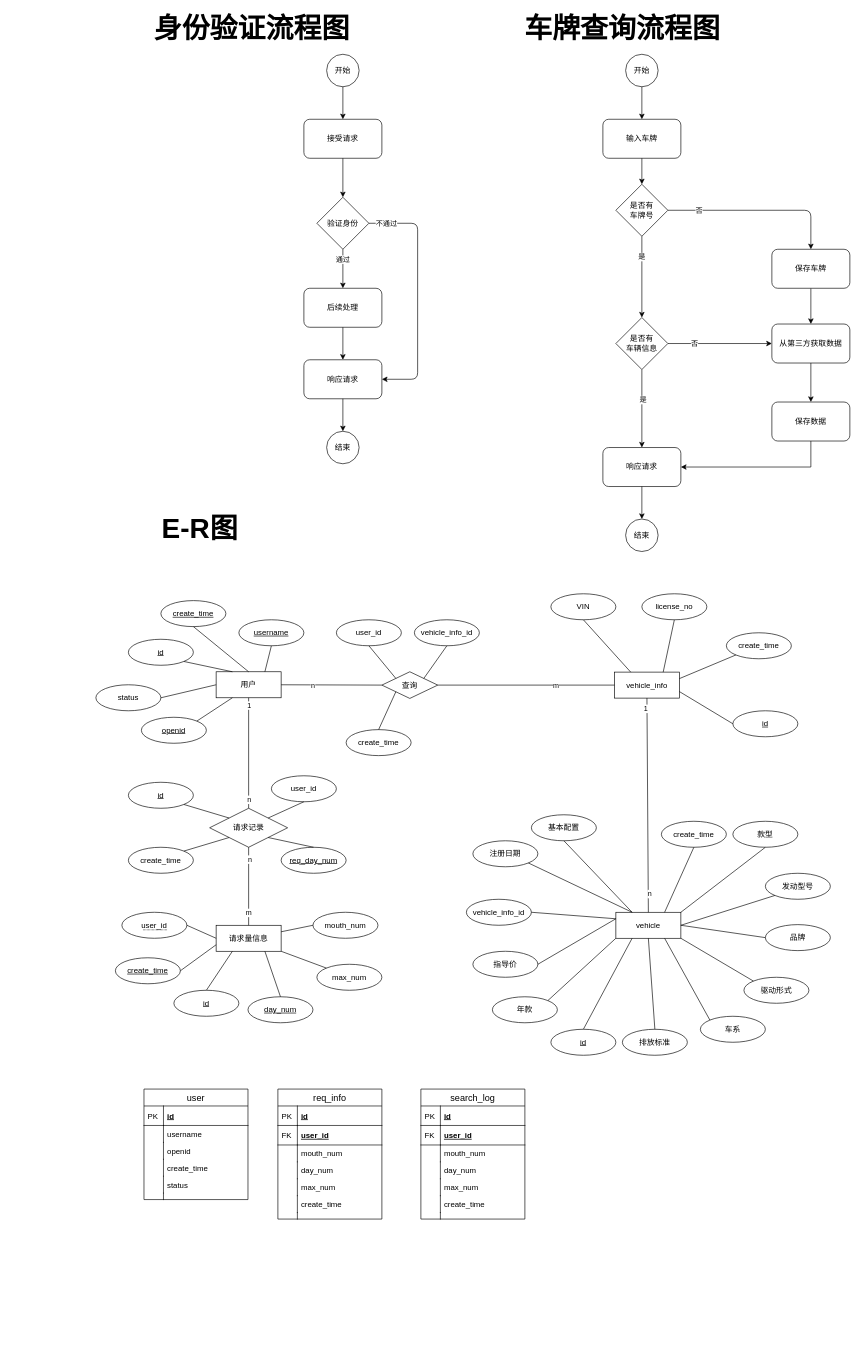
The draw.io diagram apiproject.drawio in xlgp/static, before the edit. Source tidied: cells renumbered, new cells numbered last; positions are measured from the earlier drawing's top-left corner, leaving out a move shared by most shapes. Both pictures are drawn from the tidied source at 65%, with x=0, y=0 at pixel (96, 21).
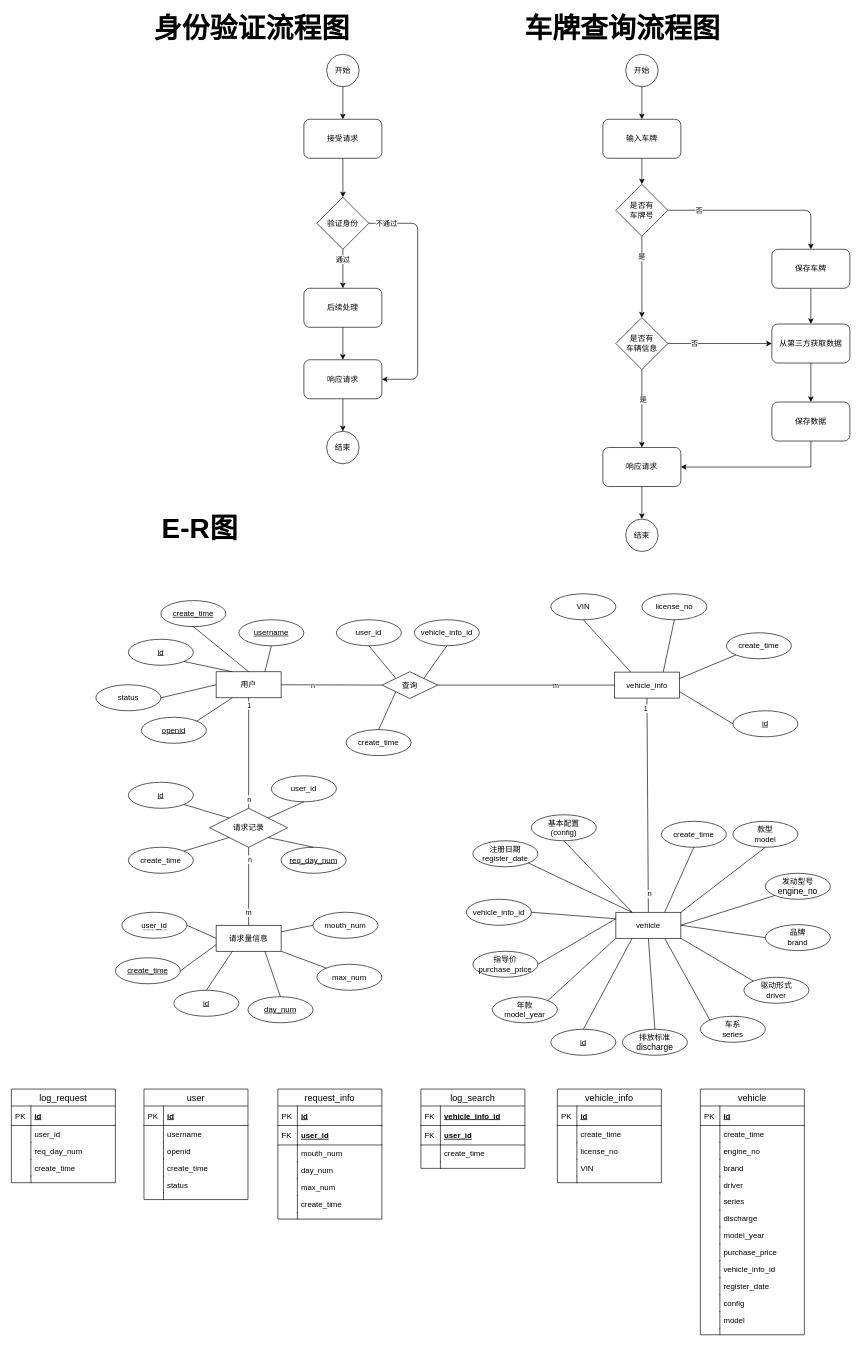
The same diagram, later.

The edit, as a diff of the source:
```diff
@@
-    <mxCell id="24" value="基本配置" style="ellipse;whiteSpace=wrap;html=1;align=center;" parent="1" vertex="1">
+    <mxCell id="24" value="基本配置&lt;br&gt;(config)" style="ellipse;whiteSpace=wrap;html=1;align=center;" parent="1" vertex="1">
       <mxGeometry x="670" y="1220" width="100" height="40" as="geometry" />
     </mxCell>
@@
-    <mxCell id="33" value="发动型号" style="ellipse;whiteSpace=wrap;html=1;align=center;" parent="1" vertex="1">
+    <mxCell id="33" value="发动型号&lt;br&gt;&lt;div style=&quot;text-align: left&quot;&gt;&lt;span style=&quot;font-size: 13px&quot;&gt;&lt;font face=&quot;Arial, Helvetica, sans-serif&quot;&gt;engine_no&lt;/font&gt;&lt;/span&gt;&lt;/div&gt;" style="ellipse;whiteSpace=wrap;html=1;align=center;" parent="1" vertex="1">
       <mxGeometry x="1030" y="1310" width="100" height="40" as="geometry" />
     </mxCell>
-    <mxCell id="34" value="品牌" style="ellipse;whiteSpace=wrap;html=1;align=center;" parent="1" vertex="1">
+    <mxCell id="34" value="品牌&lt;br&gt;brand" style="ellipse;whiteSpace=wrap;html=1;align=center;" parent="1" vertex="1">
       <mxGeometry x="1030" y="1389" width="100" height="40" as="geometry" />
     </mxCell>
-    <mxCell id="35" value="车系" style="ellipse;whiteSpace=wrap;html=1;align=center;" parent="1" vertex="1">
+    <mxCell id="35" value="车系&lt;br&gt;series" style="ellipse;whiteSpace=wrap;html=1;align=center;" parent="1" vertex="1">
       <mxGeometry x="930" y="1530" width="100" height="40" as="geometry" />
     </mxCell>
-    <mxCell id="36" value="排放标准" style="ellipse;whiteSpace=wrap;html=1;align=center;" parent="1" vertex="1">
+    <mxCell id="36" value="排放标准&lt;br&gt;&lt;span style=&quot;font-family: &amp;#34;arial&amp;#34; , &amp;#34;helvetica&amp;#34; , sans-serif ; font-size: 13px ; text-align: left&quot;&gt;discharge&lt;/span&gt;" style="ellipse;whiteSpace=wrap;html=1;align=center;" parent="1" vertex="1">
       <mxGeometry x="810" y="1550" width="100" height="40" as="geometry" />
     </mxCell>
-    <mxCell id="37" value="年款" style="ellipse;whiteSpace=wrap;html=1;align=center;" parent="1" vertex="1">
+    <mxCell id="37" value="年款&lt;br&gt;model_year" style="ellipse;whiteSpace=wrap;html=1;align=center;" parent="1" vertex="1">
       <mxGeometry x="610" y="1500" width="100" height="40" as="geometry" />
     </mxCell>
-    <mxCell id="38" value="款型" style="ellipse;whiteSpace=wrap;html=1;align=center;" parent="1" vertex="1">
+    <mxCell id="38" value="款型&lt;br&gt;model" style="ellipse;whiteSpace=wrap;html=1;align=center;" parent="1" vertex="1">
       <mxGeometry x="980" y="1230" width="100" height="40" as="geometry" />
     </mxCell>
-    <mxCell id="39" value="注册日期" style="ellipse;whiteSpace=wrap;html=1;align=center;" parent="1" vertex="1">
+    <mxCell id="39" value="注册日期&lt;br&gt;register_date" style="ellipse;whiteSpace=wrap;html=1;align=center;" parent="1" vertex="1">
       <mxGeometry x="580" y="1260" width="100" height="40" as="geometry" />
     </mxCell>
-    <mxCell id="40" value="指导价" style="ellipse;whiteSpace=wrap;html=1;align=center;" parent="1" vertex="1">
+    <mxCell id="40" value="指导价&lt;br&gt;purchase_price" style="ellipse;whiteSpace=wrap;html=1;align=center;" parent="1" vertex="1">
       <mxGeometry x="580" y="1430" width="100" height="40" as="geometry" />
     </mxCell>
-    <mxCell id="41" value="驱动形式" style="ellipse;whiteSpace=wrap;html=1;align=center;" parent="1" vertex="1">
+    <mxCell id="41" value="驱动形式&lt;br&gt;driver" style="ellipse;whiteSpace=wrap;html=1;align=center;" parent="1" vertex="1">
       <mxGeometry x="997" y="1470" width="100" height="40" as="geometry" />
     </mxCell>
@@
-    <mxCell id="144" value="req_info" style="swimlane;fontStyle=0;horizontal=1;startSize=26;align=center;fontSize=14;" parent="1" vertex="1">
+    <mxCell id="144" value="request_info" style="swimlane;fontStyle=0;horizontal=1;startSize=26;align=center;fontSize=14;" parent="1" vertex="1">
       <mxGeometry x="280" y="1642" width="160" height="200" as="geometry" />
     </mxCell>
@@
-    <mxCell id="159" value="search_log" style="swimlane;fontStyle=0;horizontal=1;startSize=26;align=center;fontSize=14;" parent="1" vertex="1">
-      <mxGeometry x="500" y="1642" width="160" height="200" as="geometry" />
+    <mxCell id="159" value="log_search" style="swimlane;fontStyle=0;horizontal=1;startSize=26;align=center;fontSize=14;" parent="1" vertex="1">
+      <mxGeometry x="500" y="1642" width="160" height="122" as="geometry" />
     </mxCell>
-    <mxCell id="160" value="id" style="shape=partialRectangle;top=0;left=0;right=0;bottom=1;align=left;verticalAlign=middle;fillColor=none;spacingLeft=34;spacingRight=4;overflow=hidden;fontStyle=5;fontSize=12;" parent="159" vertex="1">
+    <mxCell id="160" value="vehicle_info_id" style="shape=partialRectangle;top=0;left=0;right=0;bottom=1;align=left;verticalAlign=middle;fillColor=none;spacingLeft=34;spacingRight=4;overflow=hidden;fontStyle=5;fontSize=12;" parent="159" vertex="1">
       <mxGeometry y="26" width="160" height="30" as="geometry" />
     </mxCell>
-    <mxCell id="161" value="PK" style="shape=partialRectangle;top=0;left=0;bottom=0;fillColor=none;align=left;verticalAlign=middle;spacingLeft=4;spacingRight=4;overflow=hidden;fontSize=12;" parent="160" vertex="1">
+    <mxCell id="161" value="FK" style="shape=partialRectangle;top=0;left=0;bottom=0;fillColor=none;align=left;verticalAlign=middle;spacingLeft=4;spacingRight=4;overflow=hidden;fontSize=12;" parent="160" vertex="1">
       <mxGeometry width="30" height="30" as="geometry" />
     </mxCell>
@@
-    <mxCell id="164" value="mouth_num" style="shape=partialRectangle;top=0;left=0;right=0;bottom=0;align=left;verticalAlign=top;fillColor=none;spacingLeft=34;spacingRight=4;overflow=hidden;fontSize=12;" parent="159" vertex="1">
-      <mxGeometry y="86" width="160" height="26" as="geometry" />
-    </mxCell>
-    <mxCell id="165" style="shape=partialRectangle;top=0;left=0;bottom=0;fillColor=none;align=left;verticalAlign=top;spacingLeft=4;spacingRight=4;overflow=hidden;fontSize=12;" parent="164" vertex="1">
-      <mxGeometry width="30" height="26" as="geometry" />
-    </mxCell>
-    <mxCell id="166" value="day_num" style="shape=partialRectangle;top=0;left=0;right=0;bottom=0;align=left;verticalAlign=top;fillColor=none;spacingLeft=34;spacingRight=4;overflow=hidden;fontSize=12;" parent="159" vertex="1">
-      <mxGeometry y="112" width="160" height="26" as="geometry" />
-    </mxCell>
-    <mxCell id="167" style="shape=partialRectangle;top=0;left=0;bottom=0;fillColor=none;align=left;verticalAlign=top;spacingLeft=4;spacingRight=4;overflow=hidden;fontSize=12;" parent="166" vertex="1">
-      <mxGeometry width="30" height="26" as="geometry" />
-    </mxCell>
-    <mxCell id="168" value="max_num" style="shape=partialRectangle;top=0;left=0;right=0;bottom=0;align=left;verticalAlign=top;fillColor=none;spacingLeft=34;spacingRight=4;overflow=hidden;fontSize=12;" parent="159" vertex="1">
-      <mxGeometry y="138" width="160" height="26" as="geometry" />
-    </mxCell>
-    <mxCell id="169" style="shape=partialRectangle;top=0;left=0;bottom=0;fillColor=none;align=left;verticalAlign=top;spacingLeft=4;spacingRight=4;overflow=hidden;fontSize=12;" parent="168" vertex="1">
-      <mxGeometry width="30" height="26" as="geometry" />
-    </mxCell>
     <mxCell id="170" value="create_time" style="shape=partialRectangle;top=0;left=0;right=0;bottom=0;align=left;verticalAlign=top;fillColor=none;spacingLeft=34;spacingRight=4;overflow=hidden;fontSize=12;" parent="159" vertex="1">
-      <mxGeometry y="164" width="160" height="26" as="geometry" />
+      <mxGeometry y="86" width="160" height="26" as="geometry" />
     </mxCell>
@@
     <mxCell id="172" style="shape=partialRectangle;top=0;left=0;right=0;bottom=0;align=left;verticalAlign=top;fillColor=none;spacingLeft=34;spacingRight=4;overflow=hidden;fontSize=12;" parent="159" vertex="1">
-      <mxGeometry y="190" width="160" height="10" as="geometry" />
+      <mxGeometry y="112" width="160" height="10" as="geometry" />
     </mxCell>
@@
+    <mxCell id="174" value="vehicle_info" style="swimlane;fontStyle=0;horizontal=1;startSize=26;align=center;fontSize=14;" parent="1" vertex="1">
+      <mxGeometry x="710" y="1642" width="160" height="144" as="geometry" />
+    </mxCell>
+    <mxCell id="175" value="id" style="shape=partialRectangle;top=0;left=0;right=0;bottom=1;align=left;verticalAlign=middle;fillColor=none;spacingLeft=34;spacingRight=4;overflow=hidden;fontStyle=5;fontSize=12;" parent="174" vertex="1">
+      <mxGeometry y="26" width="160" height="30" as="geometry" />
+    </mxCell>
+    <mxCell id="176" value="PK" style="shape=partialRectangle;top=0;left=0;bottom=0;fillColor=none;align=left;verticalAlign=middle;spacingLeft=4;spacingRight=4;overflow=hidden;fontSize=12;" parent="175" vertex="1">
+      <mxGeometry width="30" height="30" as="geometry" />
+    </mxCell>
+    <mxCell id="177" value="create_time" style="shape=partialRectangle;top=0;left=0;right=0;bottom=0;align=left;verticalAlign=top;fillColor=none;spacingLeft=34;spacingRight=4;overflow=hidden;fontSize=12;" parent="174" vertex="1">
+      <mxGeometry y="56" width="160" height="26" as="geometry" />
+    </mxCell>
+    <mxCell id="178" style="shape=partialRectangle;top=0;left=0;bottom=0;fillColor=none;align=left;verticalAlign=top;spacingLeft=4;spacingRight=4;overflow=hidden;fontSize=12;" parent="177" vertex="1">
+      <mxGeometry width="30" height="26" as="geometry" />
+    </mxCell>
+    <mxCell id="179" value="license_no" style="shape=partialRectangle;top=0;left=0;right=0;bottom=0;align=left;verticalAlign=top;fillColor=none;spacingLeft=34;spacingRight=4;overflow=hidden;fontSize=12;" parent="174" vertex="1">
+      <mxGeometry y="82" width="160" height="26" as="geometry" />
+    </mxCell>
+    <mxCell id="180" style="shape=partialRectangle;top=0;left=0;bottom=0;fillColor=none;align=left;verticalAlign=top;spacingLeft=4;spacingRight=4;overflow=hidden;fontSize=12;" parent="179" vertex="1">
+      <mxGeometry width="30" height="26" as="geometry" />
+    </mxCell>
+    <mxCell id="181" value="VIN" style="shape=partialRectangle;top=0;left=0;right=0;bottom=0;align=left;verticalAlign=top;fillColor=none;spacingLeft=34;spacingRight=4;overflow=hidden;fontSize=12;" parent="174" vertex="1">
+      <mxGeometry y="108" width="160" height="26" as="geometry" />
+    </mxCell>
+    <mxCell id="182" style="shape=partialRectangle;top=0;left=0;bottom=0;fillColor=none;align=left;verticalAlign=top;spacingLeft=4;spacingRight=4;overflow=hidden;fontSize=12;" parent="181" vertex="1">
+      <mxGeometry width="30" height="26" as="geometry" />
+    </mxCell>
+    <mxCell id="183" style="shape=partialRectangle;top=0;left=0;right=0;bottom=0;align=left;verticalAlign=top;fillColor=none;spacingLeft=34;spacingRight=4;overflow=hidden;fontSize=12;" parent="174" vertex="1">
+      <mxGeometry y="134" width="160" height="10" as="geometry" />
+    </mxCell>
+    <mxCell id="184" style="shape=partialRectangle;top=0;left=0;bottom=0;fillColor=none;align=left;verticalAlign=top;spacingLeft=4;spacingRight=4;overflow=hidden;fontSize=12;" parent="183" vertex="1">
+      <mxGeometry width="30" height="10" as="geometry" />
+    </mxCell>
+    <mxCell id="185" value="vehicle" style="swimlane;fontStyle=0;horizontal=1;startSize=26;align=center;fontSize=14;" parent="1" vertex="1">
+      <mxGeometry x="930" y="1642" width="160" height="378" as="geometry" />
+    </mxCell>
+    <mxCell id="186" value="id" style="shape=partialRectangle;top=0;left=0;right=0;bottom=1;align=left;verticalAlign=middle;fillColor=none;spacingLeft=34;spacingRight=4;overflow=hidden;fontStyle=5;fontSize=12;" parent="185" vertex="1">
+      <mxGeometry y="26" width="160" height="30" as="geometry" />
+    </mxCell>
+    <mxCell id="187" value="PK" style="shape=partialRectangle;top=0;left=0;bottom=0;fillColor=none;align=left;verticalAlign=middle;spacingLeft=4;spacingRight=4;overflow=hidden;fontSize=12;" parent="186" vertex="1">
+      <mxGeometry width="30" height="30" as="geometry" />
+    </mxCell>
+    <mxCell id="188" value="create_time" style="shape=partialRectangle;top=0;left=0;right=0;bottom=0;align=left;verticalAlign=top;fillColor=none;spacingLeft=34;spacingRight=4;overflow=hidden;fontSize=12;" parent="185" vertex="1">
+      <mxGeometry y="56" width="160" height="26" as="geometry" />
+    </mxCell>
+    <mxCell id="189" style="shape=partialRectangle;top=0;left=0;bottom=0;fillColor=none;align=left;verticalAlign=top;spacingLeft=4;spacingRight=4;overflow=hidden;fontSize=12;" parent="188" vertex="1">
+      <mxGeometry width="30" height="26" as="geometry" />
+    </mxCell>
+    <mxCell id="190" value="engine_no" style="shape=partialRectangle;top=0;left=0;right=0;bottom=0;align=left;verticalAlign=top;fillColor=none;spacingLeft=34;spacingRight=4;overflow=hidden;fontSize=12;" parent="185" vertex="1">
+      <mxGeometry y="82" width="160" height="26" as="geometry" />
+    </mxCell>
+    <mxCell id="191" style="shape=partialRectangle;top=0;left=0;bottom=0;fillColor=none;align=left;verticalAlign=top;spacingLeft=4;spacingRight=4;overflow=hidden;fontSize=12;" parent="190" vertex="1">
+      <mxGeometry width="30" height="26" as="geometry" />
+    </mxCell>
+    <mxCell id="192" value="brand" style="shape=partialRectangle;top=0;left=0;right=0;bottom=0;align=left;verticalAlign=top;fillColor=none;spacingLeft=34;spacingRight=4;overflow=hidden;fontSize=12;" parent="185" vertex="1">
+      <mxGeometry y="108" width="160" height="26" as="geometry" />
+    </mxCell>
+    <mxCell id="193" style="shape=partialRectangle;top=0;left=0;bottom=0;fillColor=none;align=left;verticalAlign=top;spacingLeft=4;spacingRight=4;overflow=hidden;fontSize=12;" parent="192" vertex="1">
+      <mxGeometry width="30" height="26" as="geometry" />
+    </mxCell>
+    <mxCell id="194" value="driver" style="shape=partialRectangle;top=0;left=0;right=0;bottom=0;align=left;verticalAlign=top;fillColor=none;spacingLeft=34;spacingRight=4;overflow=hidden;fontSize=12;" parent="185" vertex="1">
+      <mxGeometry y="134" width="160" height="26" as="geometry" />
+    </mxCell>
+    <mxCell id="195" style="shape=partialRectangle;top=0;left=0;bottom=0;fillColor=none;align=left;verticalAlign=top;spacingLeft=4;spacingRight=4;overflow=hidden;fontSize=12;" parent="194" vertex="1">
+      <mxGeometry width="30" height="26" as="geometry" />
+    </mxCell>
+    <mxCell id="196" value="series" style="shape=partialRectangle;top=0;left=0;right=0;bottom=0;align=left;verticalAlign=top;fillColor=none;spacingLeft=34;spacingRight=4;overflow=hidden;fontSize=12;" parent="185" vertex="1">
+      <mxGeometry y="160" width="160" height="26" as="geometry" />
+    </mxCell>
+    <mxCell id="197" style="shape=partialRectangle;top=0;left=0;bottom=0;fillColor=none;align=left;verticalAlign=top;spacingLeft=4;spacingRight=4;overflow=hidden;fontSize=12;" parent="196" vertex="1">
+      <mxGeometry width="30" height="26" as="geometry" />
+    </mxCell>
+    <mxCell id="198" value="discharge" style="shape=partialRectangle;top=0;left=0;right=0;bottom=0;align=left;verticalAlign=top;fillColor=none;spacingLeft=34;spacingRight=4;overflow=hidden;fontSize=12;" parent="185" vertex="1">
+      <mxGeometry y="186" width="160" height="26" as="geometry" />
+    </mxCell>
+    <mxCell id="199" style="shape=partialRectangle;top=0;left=0;bottom=0;fillColor=none;align=left;verticalAlign=top;spacingLeft=4;spacingRight=4;overflow=hidden;fontSize=12;" parent="198" vertex="1">
+      <mxGeometry width="30" height="26" as="geometry" />
+    </mxCell>
+    <mxCell id="200" value="model_year" style="shape=partialRectangle;top=0;left=0;right=0;bottom=0;align=left;verticalAlign=top;fillColor=none;spacingLeft=34;spacingRight=4;overflow=hidden;fontSize=12;" parent="185" vertex="1">
+      <mxGeometry y="212" width="160" height="26" as="geometry" />
+    </mxCell>
+    <mxCell id="201" style="shape=partialRectangle;top=0;left=0;bottom=0;fillColor=none;align=left;verticalAlign=top;spacingLeft=4;spacingRight=4;overflow=hidden;fontSize=12;" parent="200" vertex="1">
+      <mxGeometry width="30" height="26" as="geometry" />
+    </mxCell>
+    <mxCell id="202" value="purchase_price" style="shape=partialRectangle;top=0;left=0;right=0;bottom=0;align=left;verticalAlign=top;fillColor=none;spacingLeft=34;spacingRight=4;overflow=hidden;fontSize=12;" parent="185" vertex="1">
+      <mxGeometry y="238" width="160" height="26" as="geometry" />
+    </mxCell>
+    <mxCell id="203" style="shape=partialRectangle;top=0;left=0;bottom=0;fillColor=none;align=left;verticalAlign=top;spacingLeft=4;spacingRight=4;overflow=hidden;fontSize=12;" parent="202" vertex="1">
+      <mxGeometry width="30" height="26" as="geometry" />
+    </mxCell>
+    <mxCell id="204" value="vehicle_info_id" style="shape=partialRectangle;top=0;left=0;right=0;bottom=0;align=left;verticalAlign=top;fillColor=none;spacingLeft=34;spacingRight=4;overflow=hidden;fontSize=12;" parent="185" vertex="1">
+      <mxGeometry y="264" width="160" height="26" as="geometry" />
+    </mxCell>
+    <mxCell id="205" style="shape=partialRectangle;top=0;left=0;bottom=0;fillColor=none;align=left;verticalAlign=top;spacingLeft=4;spacingRight=4;overflow=hidden;fontSize=12;" parent="204" vertex="1">
+      <mxGeometry width="30" height="26" as="geometry" />
+    </mxCell>
+    <mxCell id="206" value="register_date" style="shape=partialRectangle;top=0;left=0;right=0;bottom=0;align=left;verticalAlign=top;fillColor=none;spacingLeft=34;spacingRight=4;overflow=hidden;fontSize=12;" parent="185" vertex="1">
+      <mxGeometry y="290" width="160" height="26" as="geometry" />
+    </mxCell>
+    <mxCell id="207" style="shape=partialRectangle;top=0;left=0;bottom=0;fillColor=none;align=left;verticalAlign=top;spacingLeft=4;spacingRight=4;overflow=hidden;fontSize=12;" parent="206" vertex="1">
+      <mxGeometry width="30" height="26" as="geometry" />
+    </mxCell>
+    <mxCell id="208" value="config" style="shape=partialRectangle;top=0;left=0;right=0;bottom=0;align=left;verticalAlign=top;fillColor=none;spacingLeft=34;spacingRight=4;overflow=hidden;fontSize=12;" parent="185" vertex="1">
+      <mxGeometry y="316" width="160" height="26" as="geometry" />
+    </mxCell>
+    <mxCell id="209" style="shape=partialRectangle;top=0;left=0;bottom=0;fillColor=none;align=left;verticalAlign=top;spacingLeft=4;spacingRight=4;overflow=hidden;fontSize=12;" parent="208" vertex="1">
+      <mxGeometry width="30" height="26" as="geometry" />
+    </mxCell>
+    <mxCell id="210" value="model" style="shape=partialRectangle;top=0;left=0;right=0;bottom=0;align=left;verticalAlign=top;fillColor=none;spacingLeft=34;spacingRight=4;overflow=hidden;fontSize=12;" parent="185" vertex="1">
+      <mxGeometry y="342" width="160" height="26" as="geometry" />
+    </mxCell>
+    <mxCell id="211" style="shape=partialRectangle;top=0;left=0;bottom=0;fillColor=none;align=left;verticalAlign=top;spacingLeft=4;spacingRight=4;overflow=hidden;fontSize=12;" parent="210" vertex="1">
+      <mxGeometry width="30" height="26" as="geometry" />
+    </mxCell>
+    <mxCell id="212" style="shape=partialRectangle;top=0;left=0;right=0;bottom=0;align=left;verticalAlign=top;fillColor=none;spacingLeft=34;spacingRight=4;overflow=hidden;fontSize=12;" parent="185" vertex="1">
+      <mxGeometry y="368" width="160" height="10" as="geometry" />
+    </mxCell>
+    <mxCell id="213" style="shape=partialRectangle;top=0;left=0;bottom=0;fillColor=none;align=left;verticalAlign=top;spacingLeft=4;spacingRight=4;overflow=hidden;fontSize=12;" parent="212" vertex="1">
+      <mxGeometry width="30" height="10" as="geometry" />
+    </mxCell>
+    <mxCell id="214" value="log_request" style="swimlane;fontStyle=0;horizontal=1;startSize=26;align=center;fontSize=14;" parent="1" vertex="1">
+      <mxGeometry x="-130" y="1642" width="160" height="144" as="geometry" />
+    </mxCell>
+    <mxCell id="215" value="id" style="shape=partialRectangle;top=0;left=0;right=0;bottom=1;align=left;verticalAlign=middle;fillColor=none;spacingLeft=34;spacingRight=4;overflow=hidden;fontStyle=5;fontSize=12;" parent="214" vertex="1">
+      <mxGeometry y="26" width="160" height="30" as="geometry" />
+    </mxCell>
+    <mxCell id="216" value="PK" style="shape=partialRectangle;top=0;left=0;bottom=0;fillColor=none;align=left;verticalAlign=middle;spacingLeft=4;spacingRight=4;overflow=hidden;fontSize=12;" parent="215" vertex="1">
+      <mxGeometry width="30" height="30" as="geometry" />
+    </mxCell>
+    <mxCell id="217" value="user_id" style="shape=partialRectangle;top=0;left=0;right=0;bottom=0;align=left;verticalAlign=top;fillColor=none;spacingLeft=34;spacingRight=4;overflow=hidden;fontSize=12;" parent="214" vertex="1">
+      <mxGeometry y="56" width="160" height="26" as="geometry" />
+    </mxCell>
+    <mxCell id="218" style="shape=partialRectangle;top=0;left=0;bottom=0;fillColor=none;align=left;verticalAlign=top;spacingLeft=4;spacingRight=4;overflow=hidden;fontSize=12;" parent="217" vertex="1">
+      <mxGeometry width="30" height="26" as="geometry" />
+    </mxCell>
+    <mxCell id="219" value="req_day_num" style="shape=partialRectangle;top=0;left=0;right=0;bottom=0;align=left;verticalAlign=top;fillColor=none;spacingLeft=34;spacingRight=4;overflow=hidden;fontSize=12;" parent="214" vertex="1">
+      <mxGeometry y="82" width="160" height="26" as="geometry" />
+    </mxCell>
+    <mxCell id="220" style="shape=partialRectangle;top=0;left=0;bottom=0;fillColor=none;align=left;verticalAlign=top;spacingLeft=4;spacingRight=4;overflow=hidden;fontSize=12;" parent="219" vertex="1">
+      <mxGeometry width="30" height="26" as="geometry" />
+    </mxCell>
+    <mxCell id="221" value="create_time" style="shape=partialRectangle;top=0;left=0;right=0;bottom=0;align=left;verticalAlign=top;fillColor=none;spacingLeft=34;spacingRight=4;overflow=hidden;fontSize=12;" parent="214" vertex="1">
+      <mxGeometry y="108" width="160" height="26" as="geometry" />
+    </mxCell>
+    <mxCell id="222" style="shape=partialRectangle;top=0;left=0;bottom=0;fillColor=none;align=left;verticalAlign=top;spacingLeft=4;spacingRight=4;overflow=hidden;fontSize=12;" parent="221" vertex="1">
+      <mxGeometry width="30" height="26" as="geometry" />
+    </mxCell>
+    <mxCell id="223" style="shape=partialRectangle;top=0;left=0;right=0;bottom=0;align=left;verticalAlign=top;fillColor=none;spacingLeft=34;spacingRight=4;overflow=hidden;fontSize=12;" parent="214" vertex="1">
+      <mxGeometry y="134" width="160" height="10" as="geometry" />
+    </mxCell>
+    <mxCell id="224" style="shape=partialRectangle;top=0;left=0;bottom=0;fillColor=none;align=left;verticalAlign=top;spacingLeft=4;spacingRight=4;overflow=hidden;fontSize=12;" parent="223" vertex="1">
+      <mxGeometry width="30" height="10" as="geometry" />
+    </mxCell>
```
